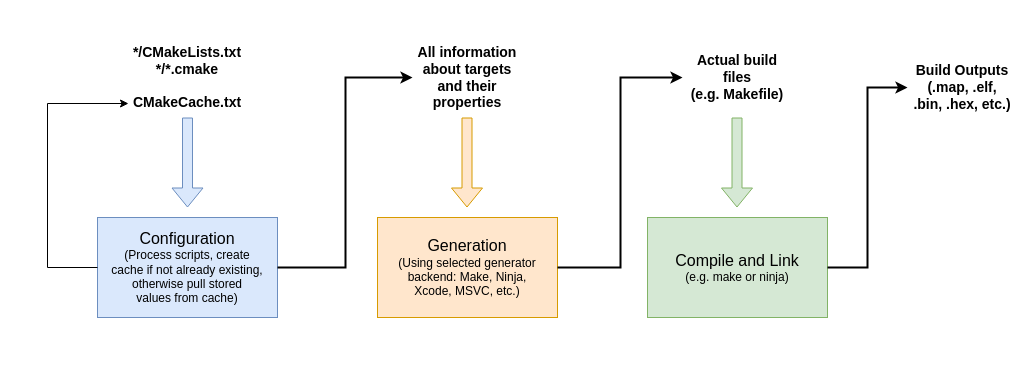
Earlier version of the draw.io diagram page "Stages" (5 of 5) of resources/CMake.drawio (AFontaine79/cmake-primer). Source tidied: cells renumbered, new cells numbered last; positions are measured from the earlier drawing's top-left corner, leaving out a move shared by most shapes. Both pictures are drawn from the tidied source at 100%, with x=0, y=0 at pixel (47, 37).
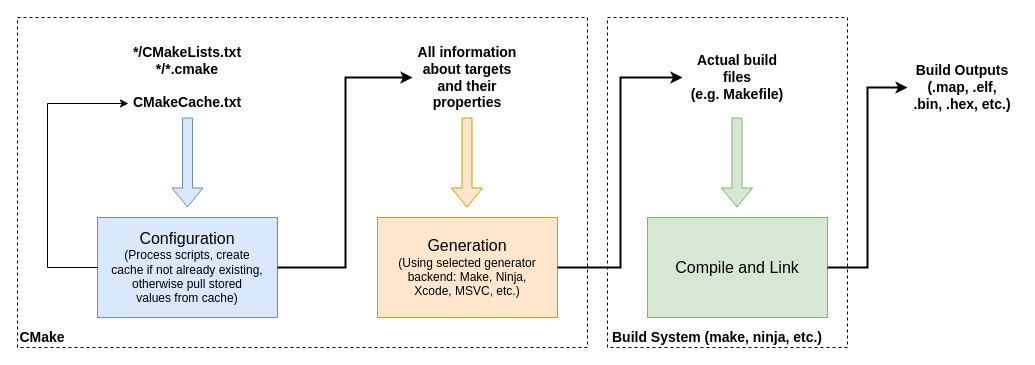
The same page after the edit.

Change to the diagram source:
```diff
@@
+    <mxCell id="16" style="rounded=0;whiteSpace=wrap;html=1;fillColor=none;dashed=1;" parent="1" vertex="1">
+      <mxGeometry x="-30" y="-20" width="570" height="330" as="geometry" />
+    </mxCell>
+    <mxCell id="17" style="rounded=0;whiteSpace=wrap;html=1;dashed=1;fillColor=none;" parent="1" vertex="1">
+      <mxGeometry x="560" y="-20" width="240" height="330" as="geometry" />
+    </mxCell>
@@
-    <mxCell id="11" value="&lt;div&gt;Compile and Link&lt;/div&gt;&lt;div style=&quot;font-size: 12px&quot;&gt;(e.g. make or ninja)&lt;br&gt;&lt;/div&gt;" style="rounded=0;whiteSpace=wrap;html=1;fontFamily=Helvetica;fontSize=16;strokeWidth=1;fillColor=#d5e8d4;strokeColor=#82b366;" parent="1" vertex="1">
+    <mxCell id="11" value="&lt;div&gt;Compile and Link&lt;/div&gt;" style="rounded=0;whiteSpace=wrap;html=1;fontFamily=Helvetica;fontSize=16;strokeWidth=1;fillColor=#d5e8d4;strokeColor=#82b366;" parent="1" vertex="1">
       <mxGeometry x="600" y="180" width="180" height="100" as="geometry" />
     </mxCell>
@@
+    <mxCell id="18" value="CMake" style="text;html=1;strokeColor=none;fillColor=none;align=center;verticalAlign=middle;whiteSpace=wrap;rounded=0;dashed=1;fontStyle=1;fontSize=14;" parent="1" vertex="1">
+      <mxGeometry x="-30" y="290" width="50" height="20" as="geometry" />
+    </mxCell>
+    <mxCell id="19" value="Build System (make, ninja, etc.)" style="text;html=1;strokeColor=none;fillColor=none;align=center;verticalAlign=middle;whiteSpace=wrap;rounded=0;dashed=1;fontSize=14;fontStyle=1;" parent="1" vertex="1">
+      <mxGeometry x="560" y="290" width="220" height="20" as="geometry" />
+    </mxCell>
```
